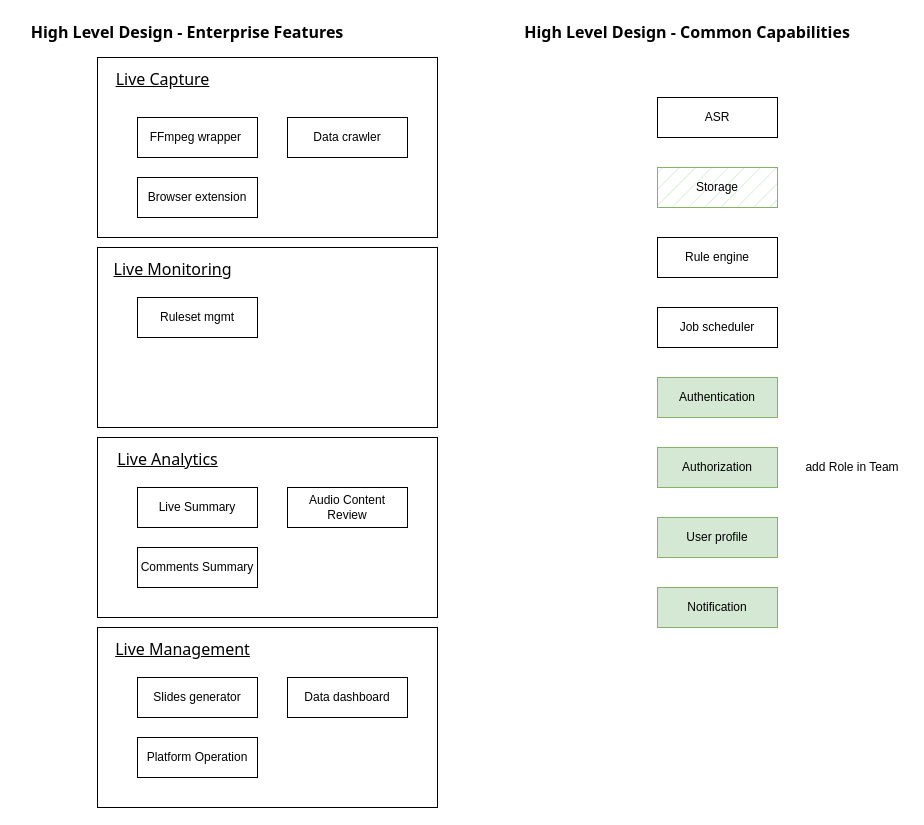
Before: LiveChamp-Enterprise.drawio in sinbane/diagrams, a draw.io diagram. Source tidied: cells renumbered, new cells numbered last; positions are measured from the earlier drawing's top-left corner, leaving out a move shared by most shapes. Both pictures are drawn from the tidied source at 100%, with x=0, y=0 at pixel (17, 17).
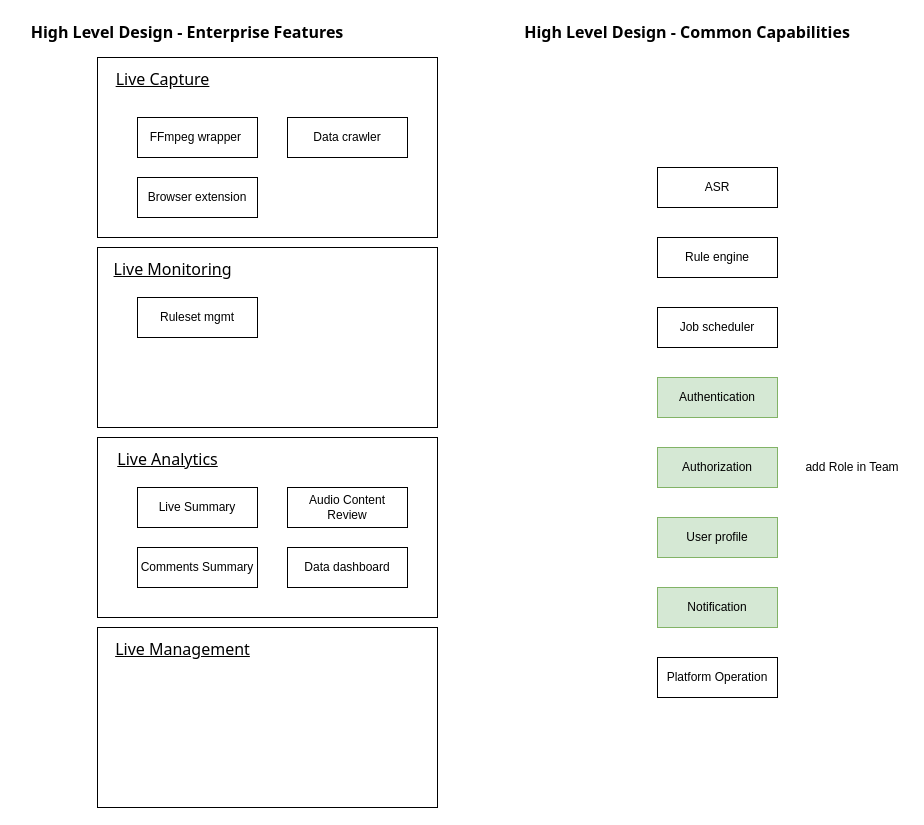
The same page after the edit.

Unchanged cells that the change refers to:
```xml
<mxCell id="13" style="group;" parent="1" vertex="1">
  <mxGeometry x="80" y="420" width="340" height="180" as="geometry" />
</mxCell>
<mxCell id="19" style="group;" parent="1" vertex="1">
  <mxGeometry x="80" y="610" width="340" height="180" as="geometry" />
</mxCell>
```

What changed in the source:
```diff
@@
+    <mxCell id="23" value="Data dashboard" style="rounded=0;whiteSpace=wrap;html=1;" parent="13" vertex="1">
+      <mxGeometry x="190" y="110" width="120" height="40" as="geometry" />
+    </mxCell>
@@
-    <mxCell id="22" value="Slides generator" style="rounded=0;whiteSpace=wrap;html=1;" parent="19" vertex="1">
-      <mxGeometry x="40" y="50" width="120" height="40" as="geometry" />
-    </mxCell>
-    <mxCell id="23" value="Data dashboard" style="rounded=0;whiteSpace=wrap;html=1;" parent="19" vertex="1">
-      <mxGeometry x="190" y="50" width="120" height="40" as="geometry" />
-    </mxCell>
-    <mxCell id="24" value="Platform Operation" style="rounded=0;whiteSpace=wrap;html=1;" parent="19" vertex="1">
-      <mxGeometry x="40" y="110" width="120" height="40" as="geometry" />
-    </mxCell>
     <mxCell id="25" value="ASR" style="rounded=0;whiteSpace=wrap;html=1;" parent="1" vertex="1">
-      <mxGeometry x="640" y="80" width="120" height="40" as="geometry" />
+      <mxGeometry x="640" y="150" width="120" height="40" as="geometry" />
     </mxCell>
-    <mxCell id="26" value="Storage" style="rounded=0;whiteSpace=wrap;html=1;fillColor=#d5e8d4;strokeColor=#82b366;fillStyle=hatch;" parent="1" vertex="1">
-      <mxGeometry x="640" y="150" width="120" height="40" as="geometry" />
-    </mxCell>
@@
+    <mxCell id="24" value="Platform Operation" style="rounded=0;whiteSpace=wrap;html=1;" parent="1" vertex="1">
+      <mxGeometry x="640" y="640" width="120" height="40" as="geometry" />
+    </mxCell>
```
